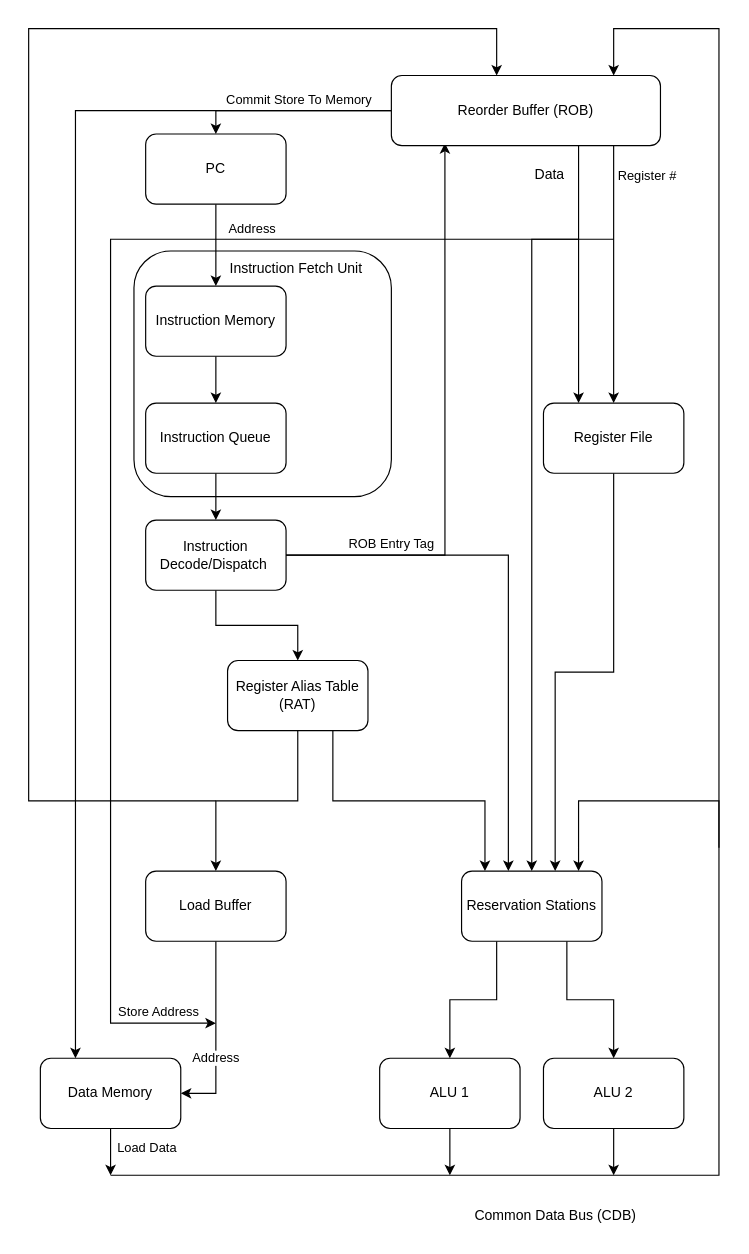
Earlier version of the draw.io diagram page "System Overview" (1 of 3) of docs/Architecture.drawio (evanwu03/OutrO). Source tidied: cells renumbered, new cells numbered last; positions are measured from the earlier drawing's top-left corner, leaving out a move shared by most shapes. Both pictures are drawn from the tidied source at 117%, with x=0, y=0 at pixel (28, 28).
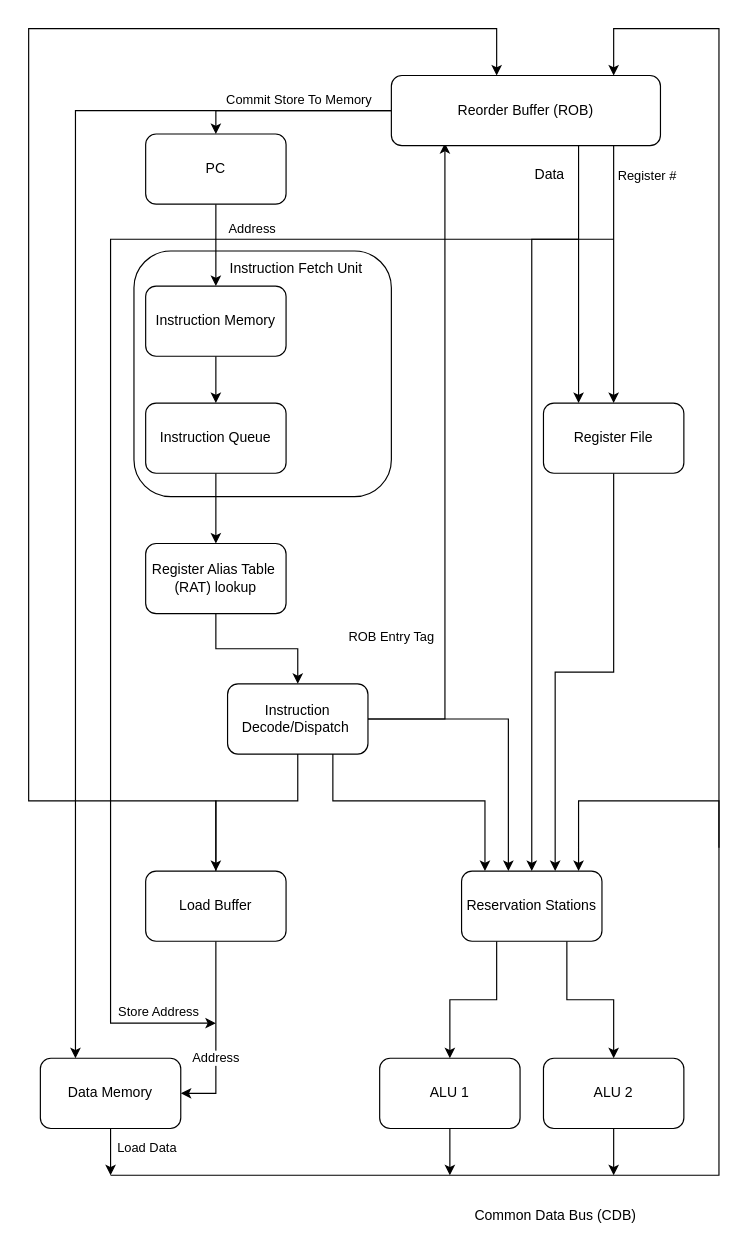
After the change.

Commit message (it also covers changes not shown here):
Writing dispatch unit, removed redundant is_branch field from decoded_op_t

The change refers to these unchanged cells:
```xml
<mxCell id="20" value="Load Buffer" style="rounded=1;whiteSpace=wrap;html=1;" parent="1" vertex="1">
  <mxGeometry x="100" y="720" width="120" height="60" as="geometry" />
</mxCell>
<mxCell id="28" value="Reorder Buffer (ROB)" style="rounded=1;whiteSpace=wrap;html=1;" parent="1" vertex="1">
  <mxGeometry x="310" y="40" width="230" height="60" as="geometry" />
</mxCell>
<mxCell id="31" value="Reservation Stations" style="rounded=1;whiteSpace=wrap;html=1;" parent="1" vertex="1">
  <mxGeometry x="370" y="720" width="120" height="60" as="geometry" />
</mxCell>
```

The edit, as a diff of the source:
```diff
@@
-    <mxCell id="11" value="Instruction Decode/Dispatch&amp;nbsp;" style="rounded=1;whiteSpace=wrap;html=1;" parent="1" vertex="1">
-      <mxGeometry x="100" y="420" width="120" height="60" as="geometry" />
+    <mxCell id="11" value="Register Alias Table&amp;nbsp;&lt;div&gt;(RAT) lookup&lt;/div&gt;" style="rounded=1;whiteSpace=wrap;html=1;" parent="1" vertex="1">
+      <mxGeometry x="100" y="440" width="120" height="60" as="geometry" />
     </mxCell>
     <mxCell id="12" style="edgeStyle=orthogonalEdgeStyle;rounded=0;jettySize=auto;html=1;" parent="1" edge="1" source="16" target="20">
-      <mxGeometry relative="1" as="geometry" />
+      <mxGeometry relative="1" as="geometry">
+        <Array as="points">
+          <mxPoint x="230" y="660" />
+          <mxPoint x="160" y="660" />
+        </Array>
+      </mxGeometry>
     </mxCell>
@@
-    <mxCell id="14" style="edgeStyle=orthogonalEdgeStyle;rounded=0;jettySize=auto;html=1;entryX=0.199;entryY=0.964;entryDx=0;entryDy=0;exitX=1;exitY=0.5;exitDx=0;exitDy=0;entryPerimeter=0;" parent="1" edge="1" source="11" target="28">
+    <mxCell id="14" style="edgeStyle=orthogonalEdgeStyle;rounded=0;jettySize=auto;html=1;entryX=0.199;entryY=0.964;entryDx=0;entryDy=0;exitX=1;exitY=0.5;exitDx=0;exitDy=0;entryPerimeter=0;" parent="1" edge="1" source="16" target="28">
       <mxGeometry relative="1" as="geometry">
         <Array as="points">
-          <mxPoint x="356" y="450" />
+          <mxPoint x="356" y="590" />
         </Array>
       </mxGeometry>
     </mxCell>
     <mxCell id="15" value="ROB Entry Tag" style="edgeLabel;html=1;align=center;verticalAlign=middle;" parent="14" vertex="1">
       <mxGeometry x="0.28" relative="1" as="geometry">
-        <mxPoint x="-46" y="166" as="offset" />
+        <mxPoint x="-46" y="221" as="offset" />
       </mxGeometry>
     </mxCell>
-    <mxCell id="16" value="Register Alias Table (RAT)" style="rounded=1;whiteSpace=wrap;html=1;" parent="1" vertex="1">
-      <mxGeometry x="170" y="540" width="120" height="60" as="geometry" />
+    <mxCell id="16" value="Instruction Decode/Dispatch&amp;nbsp;" style="rounded=1;whiteSpace=wrap;html=1;" parent="1" vertex="1">
+      <mxGeometry x="170" y="560" width="120" height="60" as="geometry" />
     </mxCell>
@@
-    <mxCell id="19" style="edgeStyle=orthogonalEdgeStyle;rounded=0;jettySize=auto;html=1;" parent="1" edge="1" target="28">
+    <mxCell id="19" style="edgeStyle=orthogonalEdgeStyle;rounded=0;jettySize=auto;html=1;" parent="1" edge="1" source="20" target="28">
       <mxGeometry relative="1" as="geometry">
-        <mxPoint x="160" y="660" as="sourcePoint" />
         <Array as="points">
+          <mxPoint x="160" y="660" />
           <mxPoint y="660" />
           <mxPoint />
           <mxPoint x="400" />
         </Array>
       </mxGeometry>
     </mxCell>
@@
-    <mxCell id="44" style="edgeStyle=orthogonalEdgeStyle;rounded=0;jettySize=auto;html=1;" parent="1" edge="1" source="11" target="31">
+    <mxCell id="44" style="edgeStyle=orthogonalEdgeStyle;rounded=0;jettySize=auto;html=1;exitX=1;exitY=0.5;exitDx=0;exitDy=0;" parent="1" edge="1" source="16" target="31">
       <mxGeometry relative="1" as="geometry">
         <Array as="points">
-          <mxPoint x="410" y="450" />
+          <mxPoint x="410" y="590" />
         </Array>
       </mxGeometry>
     </mxCell>
```
